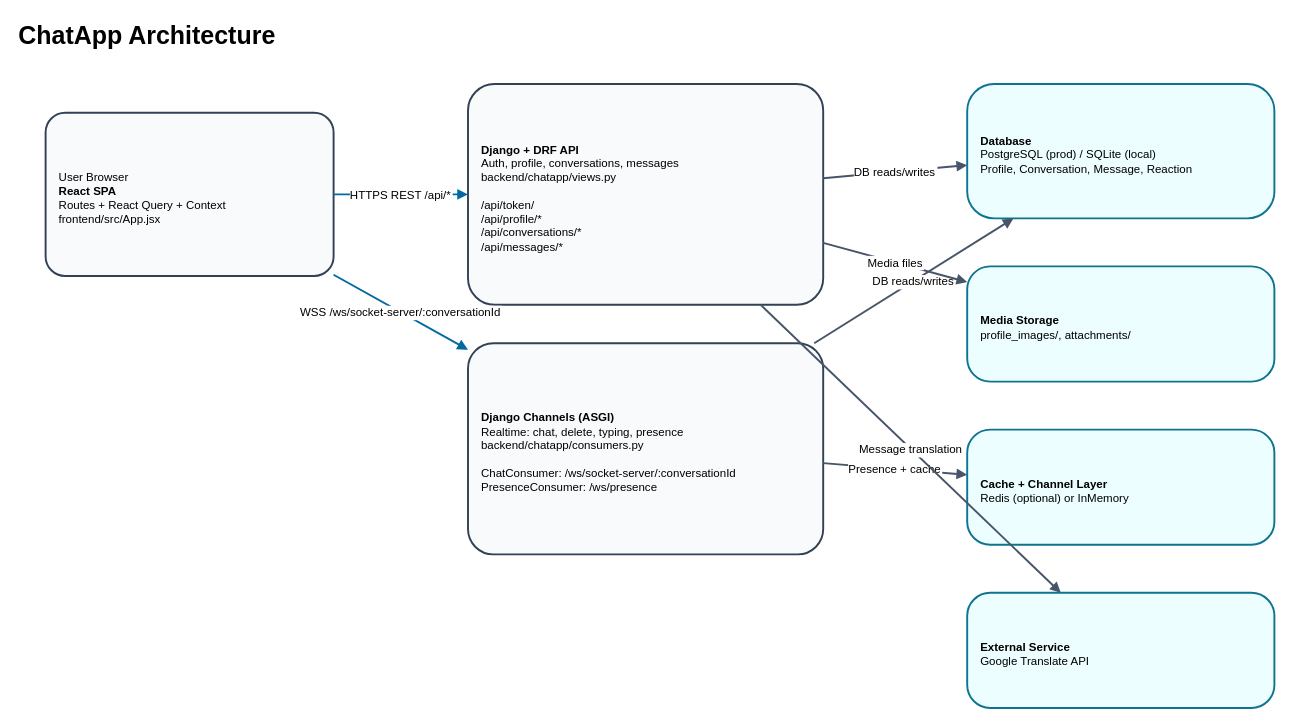
Before: docs/architecture.drawio in konstantinosvlachakis/ChatApp, a draw.io diagram. Source tidied: cells renumbered, new cells numbered last; positions are measured from the earlier drawing's top-left corner, leaving out a move shared by most shapes. Both pictures are drawn from the tidied source at 96%, with x=0, y=0 at pixel (16, 16).
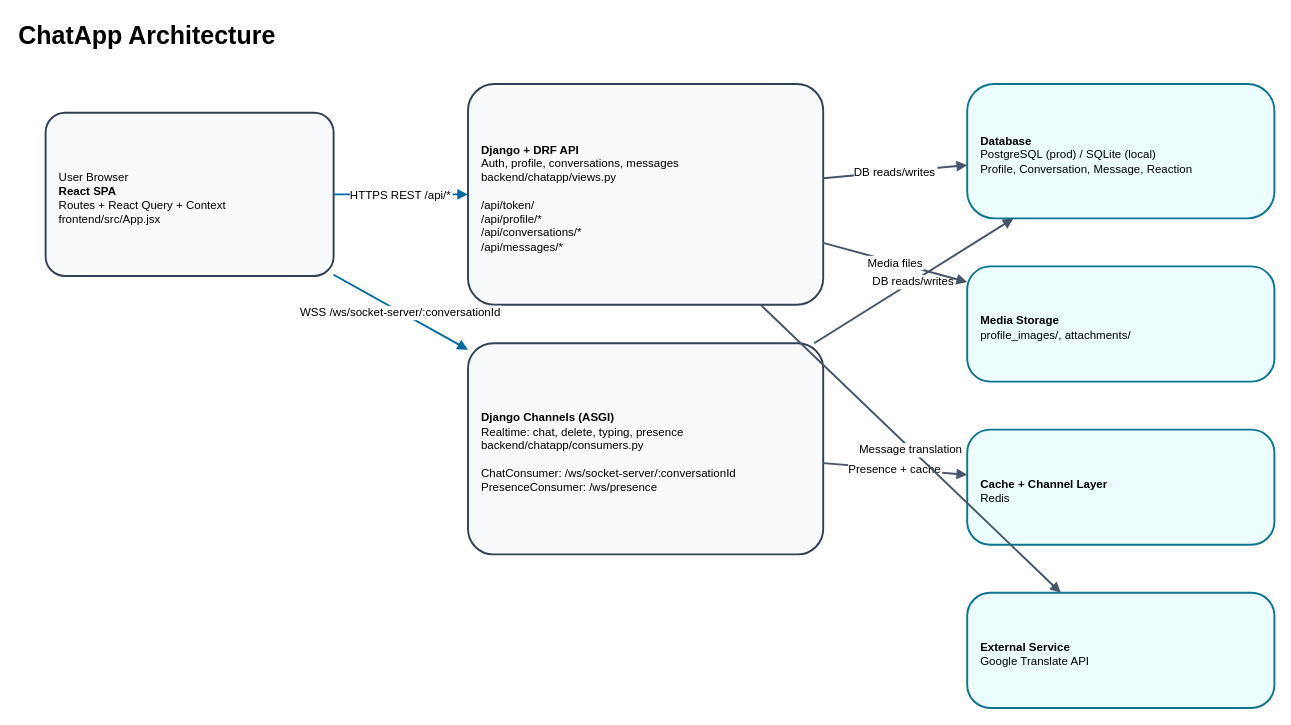
The same diagram, later.

Diff of the diagram source:
```diff
@@
 <mxGraphModel>
   <root>
     <mxCell id="0" />
     <mxCell id="1" parent="0" />
     <mxCell id="2" value="ChatApp Architecture" style="text;html=1;strokeColor=none;fillColor=none;align=left;verticalAlign=middle;fontSize=26;fontStyle=1;" parent="1" vertex="1">
       <mxGeometry width="420" height="40" as="geometry" />
     </mxCell>
     <mxCell id="3" value="User Browser&lt;br/&gt;&lt;b&gt;React SPA&lt;/b&gt;&lt;br/&gt;Routes + React Query + Context&lt;br/&gt;frontend/src/App.jsx" style="rounded=1;whiteSpace=wrap;html=1;arcSize=12;strokeColor=#334155;strokeWidth=2;fillColor=#f8fafc;align=left;spacingLeft=12;spacingTop=8;" parent="1" vertex="1">
       <mxGeometry x="30" y="100" width="300" height="170" as="geometry" />
     </mxCell>
     <mxCell id="4" value="&lt;b&gt;Django + DRF API&lt;/b&gt;&lt;br/&gt;Auth, profile, conversations, messages&lt;br/&gt;backend/chatapp/views.py&lt;br/&gt;&lt;br/&gt;/api/token/&lt;br/&gt;/api/profile/*&lt;br/&gt;/api/conversations/*&lt;br/&gt;/api/messages/*" style="rounded=1;whiteSpace=wrap;html=1;arcSize=12;strokeColor=#334155;strokeWidth=2;fillColor=#f8fafc;align=left;spacingLeft=12;spacingTop=8;" parent="1" vertex="1">
       <mxGeometry x="470" y="70" width="370" height="230" as="geometry" />
     </mxCell>
     <mxCell id="5" value="&lt;b&gt;Django Channels (ASGI)&lt;/b&gt;&lt;br/&gt;Realtime: chat, delete, typing, presence&lt;br/&gt;backend/chatapp/consumers.py&lt;br/&gt;&lt;br/&gt;ChatConsumer: /ws/socket-server/:conversationId&lt;br/&gt;PresenceConsumer: /ws/presence" style="rounded=1;whiteSpace=wrap;html=1;arcSize=12;strokeColor=#334155;strokeWidth=2;fillColor=#f8fafc;align=left;spacingLeft=12;spacingTop=8;" parent="1" vertex="1">
       <mxGeometry x="470" y="340" width="370" height="220" as="geometry" />
     </mxCell>
     <mxCell id="6" value="&lt;b&gt;Database&lt;/b&gt;&lt;br/&gt;PostgreSQL (prod) / SQLite (local)&lt;br/&gt;Profile, Conversation, Message, Reaction" style="rounded=1;whiteSpace=wrap;html=1;arcSize=20;strokeColor=#0e7490;strokeWidth=2;fillColor=#ecfeff;align=left;spacingLeft=12;spacingTop=8;" parent="1" vertex="1">
       <mxGeometry x="990" y="70" width="320" height="140" as="geometry" />
     </mxCell>
     <mxCell id="7" value="&lt;b&gt;Media Storage&lt;/b&gt;&lt;br/&gt;profile_images/, attachments/" style="rounded=1;whiteSpace=wrap;html=1;arcSize=20;strokeColor=#0e7490;strokeWidth=2;fillColor=#ecfeff;align=left;spacingLeft=12;spacingTop=8;" parent="1" vertex="1">
       <mxGeometry x="990" y="260" width="320" height="120" as="geometry" />
     </mxCell>
-    <mxCell id="8" value="&lt;b&gt;Cache + Channel Layer&lt;/b&gt;&lt;br/&gt;Redis (optional) or InMemory" style="rounded=1;whiteSpace=wrap;html=1;arcSize=20;strokeColor=#0e7490;strokeWidth=2;fillColor=#ecfeff;align=left;spacingLeft=12;spacingTop=8;" parent="1" vertex="1">
+    <mxCell id="8" value="&lt;b&gt;Cache + Channel Layer&lt;/b&gt;&lt;br&gt;Redis" style="rounded=1;whiteSpace=wrap;html=1;arcSize=20;strokeColor=#0e7490;strokeWidth=2;fillColor=#ecfeff;align=left;spacingLeft=12;spacingTop=8;" parent="1" vertex="1">
       <mxGeometry x="990" y="430" width="320" height="120" as="geometry" />
     </mxCell>
     <mxCell id="9" value="&lt;b&gt;External Service&lt;/b&gt;&lt;br/&gt;Google Translate API" style="rounded=1;whiteSpace=wrap;html=1;arcSize=20;strokeColor=#0e7490;strokeWidth=2;fillColor=#ecfeff;align=left;spacingLeft=12;spacingTop=8;" parent="1" vertex="1">
       <mxGeometry x="990" y="600" width="320" height="120" as="geometry" />
     </mxCell>
     <mxCell id="10" value="HTTPS REST /api/*" style="endArrow=block;endFill=1;strokeWidth=2;strokeColor=#0369a1;fontSize=12;" parent="1" edge="1" source="3" target="4">
       <mxGeometry relative="1" as="geometry" />
     </mxCell>
     <mxCell id="11" value="WSS /ws/socket-server/:conversationId" style="endArrow=block;endFill=1;strokeWidth=2;strokeColor=#0369a1;fontSize=12;" parent="1" edge="1" source="3" target="5">
       <mxGeometry relative="1" as="geometry" />
     </mxCell>
     <mxCell id="12" value="DB reads/writes" style="endArrow=block;endFill=1;strokeWidth=2;strokeColor=#475569;fontSize=12;" parent="1" edge="1" source="4" target="6">
       <mxGeometry relative="1" as="geometry" />
     </mxCell>
     <mxCell id="13" value="DB reads/writes" style="endArrow=block;endFill=1;strokeWidth=2;strokeColor=#475569;fontSize=12;" parent="1" edge="1" source="5" target="6">
       <mxGeometry relative="1" as="geometry" />
     </mxCell>
     <mxCell id="14" value="Media files" style="endArrow=block;endFill=1;strokeWidth=2;strokeColor=#475569;fontSize=12;" parent="1" edge="1" source="4" target="7">
       <mxGeometry relative="1" as="geometry" />
     </mxCell>
     <mxCell id="15" value="Presence + cache" style="endArrow=block;endFill=1;strokeWidth=2;strokeColor=#475569;fontSize=12;" parent="1" edge="1" source="5" target="8">
       <mxGeometry relative="1" as="geometry" />
     </mxCell>
     <mxCell id="16" value="Message translation" style="endArrow=block;endFill=1;strokeWidth=2;strokeColor=#475569;fontSize=12;" parent="1" edge="1" source="4" target="9">
       <mxGeometry relative="1" as="geometry" />
     </mxCell>
   </root>
 </mxGraphModel>
```
